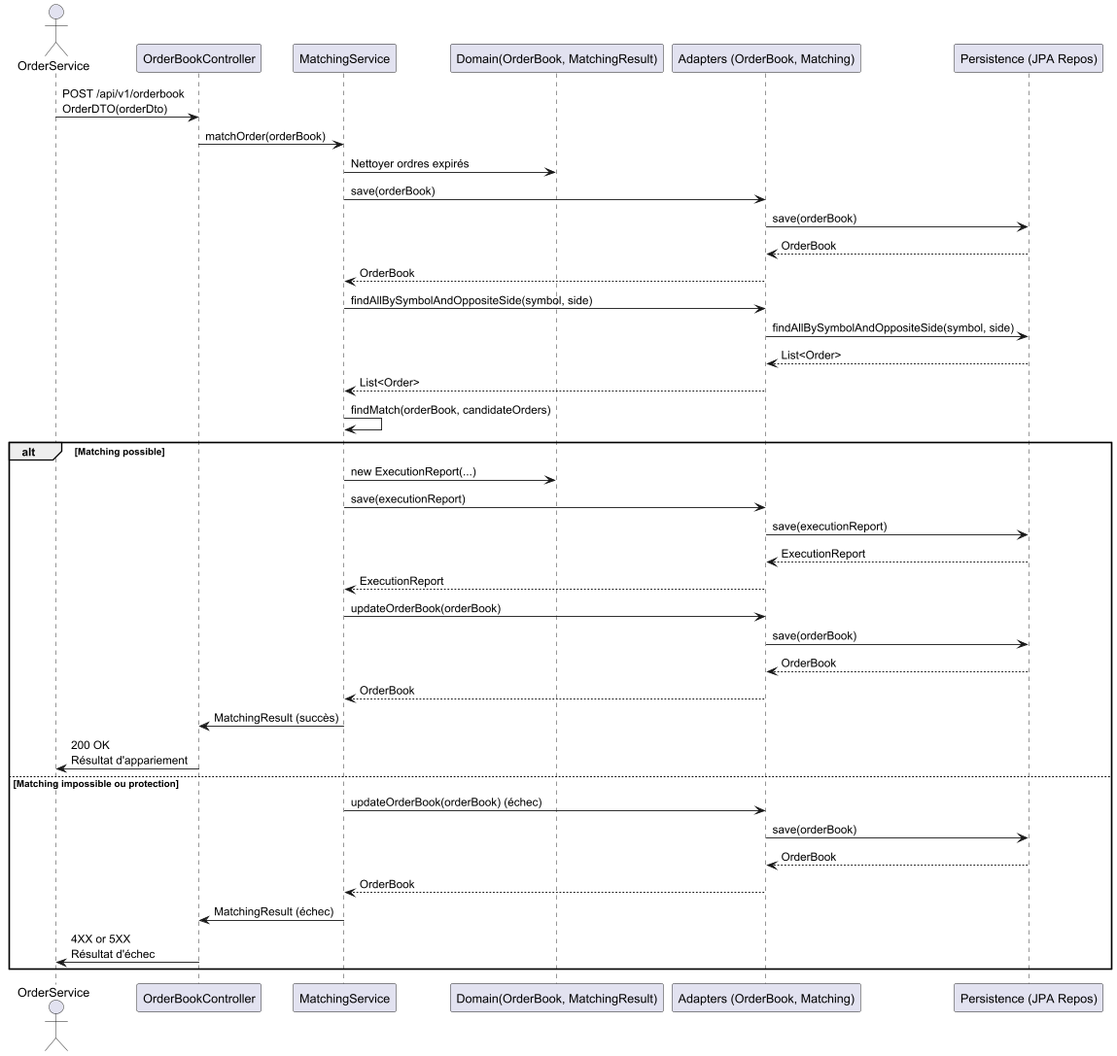
This is docs/architecture/4+1/processView/sequenceDiagrams/sequenceDiagramUC07.png from Hugo-12341234/BrokerX_MicroServices, a PlantUML export, as it was before one commit.
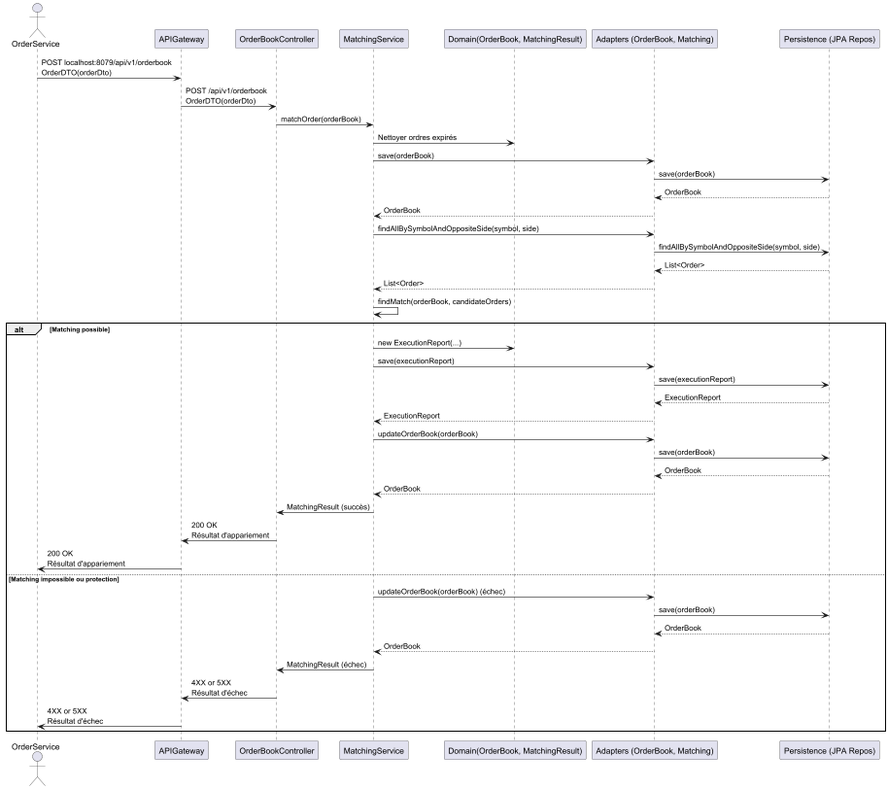
The same file after the commit.

Diff of the diagram source:
```diff
@@ -1,12 +1,14 @@
 @startuml
 actor "OrderService" as OrderService
+participant APIGateway
 participant "OrderBookController" as Controller
 participant "MatchingService" as Service
 participant "Domain(OrderBook, MatchingResult)" as Domain
 participant "Adapters (OrderBook, Matching)" as Adapters
 participant "Persistence (JPA Repos)" as Persistence
 
-OrderService -> Controller: POST /api/v1/orderbook\nOrderDTO(orderDto)
+OrderService -> APIGateway: POST localhost:8079/api/v1/orderbook\nOrderDTO(orderDto)
+APIGateway -> Controller: POST /api/v1/orderbook\nOrderDTO(orderDto)
 Controller -> Service: matchOrder(orderBook)
 Service -> Domain: Nettoyer ordres expirés
 Service -> Adapters: save(orderBook)
@@ -30,13 +32,15 @@
     Persistence --> Adapters: OrderBook
     Adapters --> Service: OrderBook
     Controller <- Service: MatchingResult (succès)
-    OrderService <- Controller: 200 OK\nRésultat d'appariement
+    APIGateway <- Controller: 200 OK\nRésultat d'appariement
+    OrderService <- APIGateway: 200 OK\nRésultat d'appariement
 else Matching impossible ou protection
     Service -> Adapters: updateOrderBook(orderBook) (échec)
     Adapters -> Persistence: save(orderBook)
     Persistence --> Adapters: OrderBook
     Adapters --> Service: OrderBook
     Controller <- Service: MatchingResult (échec)
-    OrderService <- Controller: 4XX or 5XX\nRésultat d'échec
+    APIGateway <- Controller: 4XX or 5XX\nRésultat d'échec
+    OrderService <- APIGateway: 4XX or 5XX\nRésultat d'échec
 end
 @enduml
```
